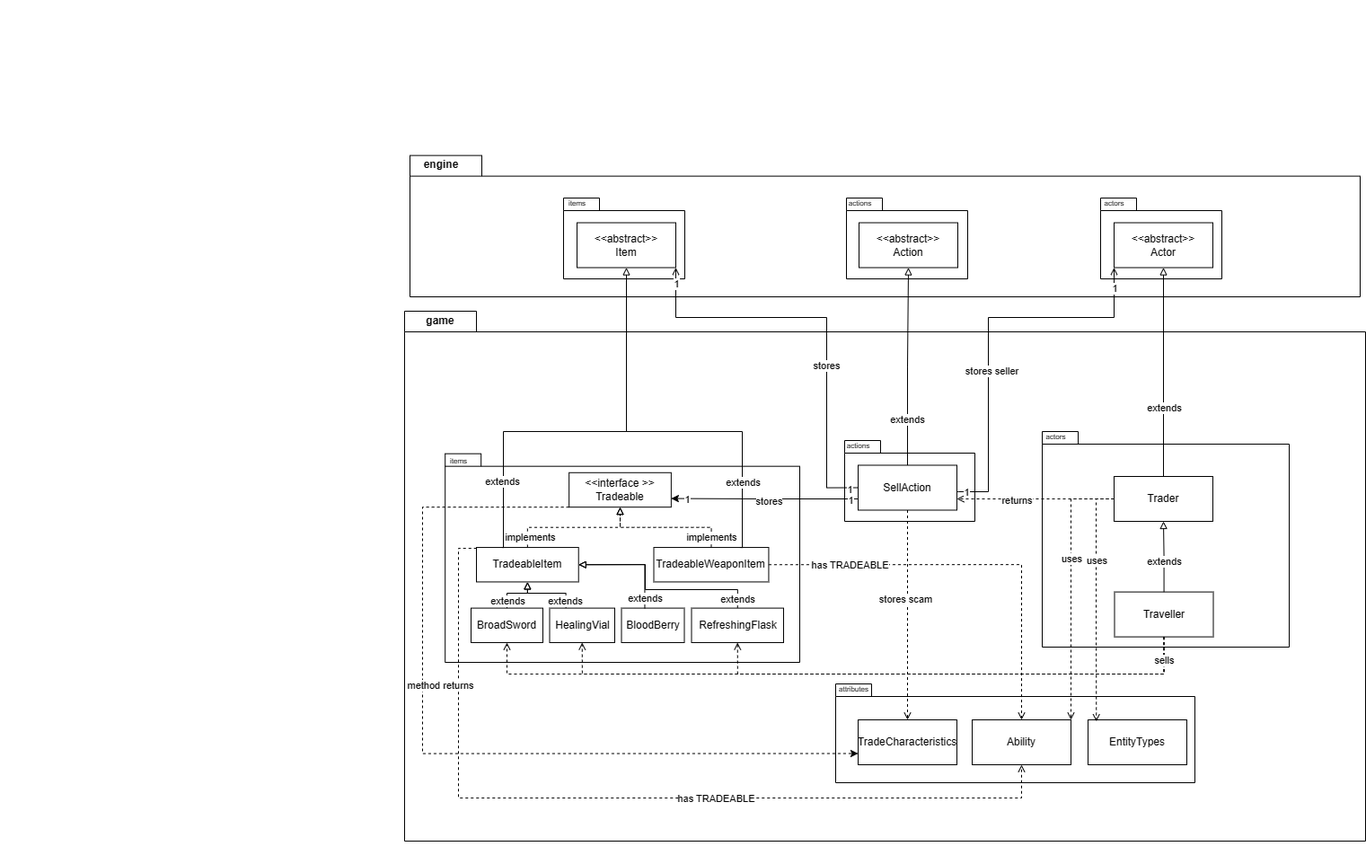
Before: docs/design/A2-UML/REQ3.drawio.png, a diagram exported from draw.io (dboo0012/Designborne). Source tidied: cells renumbered, new cells last; positions are measured from the earlier drawing's top-left corner, leaving out a move shared by most shapes.
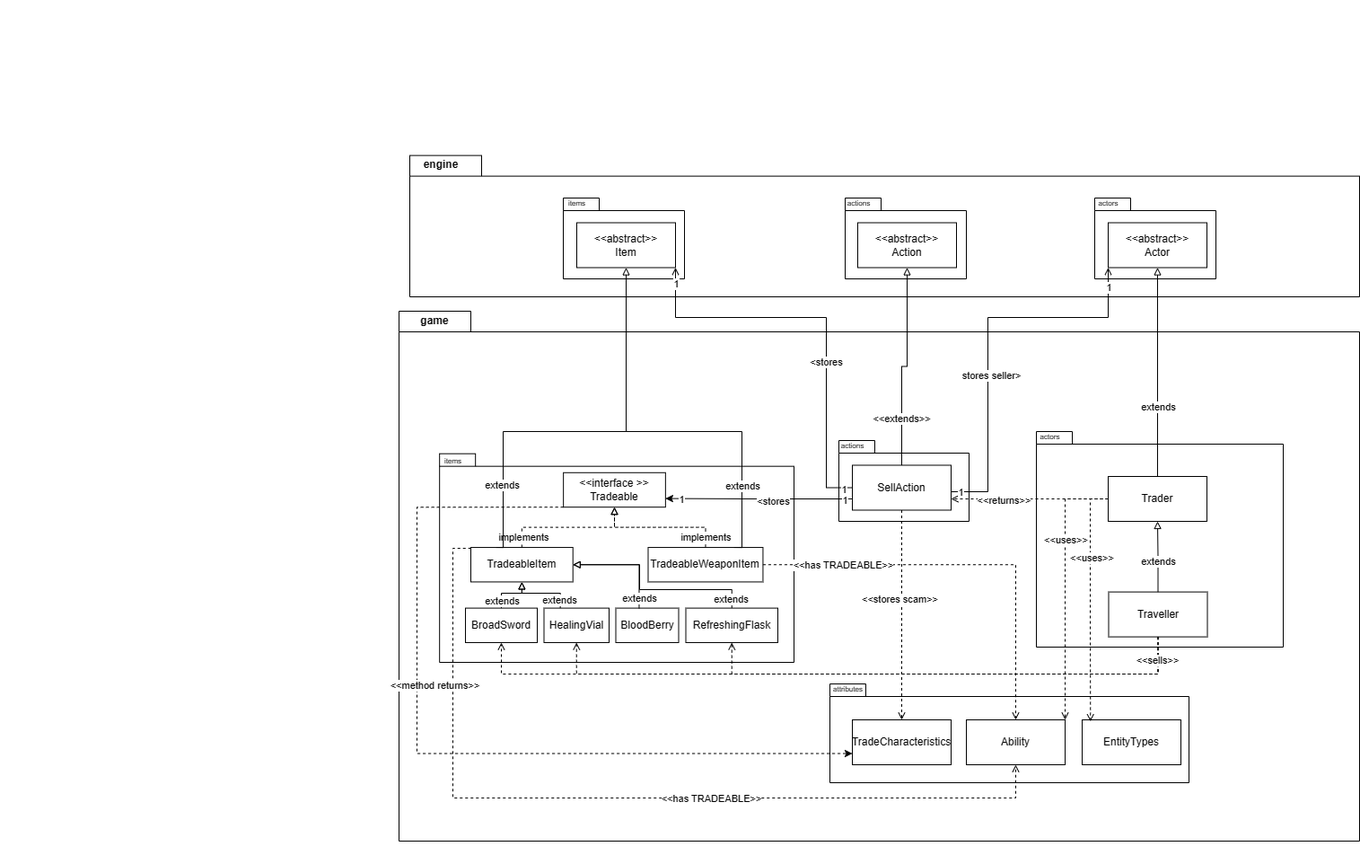
The same diagram one commit later.

Commit message:
Update REQ3 UML to include arrows

Diff of the diagram source:
```diff
@@ -12,7 +12,7 @@
       <mxGeometry x="5" width="60" height="26.2" as="geometry" />
     </mxCell>
     <mxCell id="5" style="group;" parent="1" vertex="1">
-      <mxGeometry x="350" y="346" width="1170" height="590" as="geometry" />
+      <mxGeometry x="344" y="346" width="1170" height="590" as="geometry" />
     </mxCell>
     <mxCell id="6" value="game" style="shape=folder;fontStyle=1;tabWidth=80;tabHeight=23;tabPosition=left;html=1;boundedLbl=1;labelInHeader=1;whiteSpace=wrap;" parent="5" vertex="1">
       <mxGeometry x="100" width="1070" height="590" as="geometry" />
@@ -65,21 +65,13 @@
     <mxCell id="22" value="&lt;font style=&quot;font-size: 8px;&quot;&gt;items&lt;/font&gt;" style="text;html=1;align=center;verticalAlign=middle;strokeColor=none;fillColor=none;" parent="19" vertex="1">
       <mxGeometry width="40" height="30" as="geometry" />
     </mxCell>
-    <mxCell id="23" style="edgeStyle=orthogonalEdgeStyle;rounded=0;jettySize=auto;html=1;exitX=0.5;exitY=0;exitDx=0;exitDy=0;entryX=0.5;entryY=1;entryDx=0;entryDy=0;dashed=1;endArrow=block;endFill=0;" parent="19" edge="1" source="25" target="21">
-      <mxGeometry relative="1" as="geometry" />
-    </mxCell>
-    <mxCell id="24" value="implements" style="edgeLabel;html=1;align=center;verticalAlign=middle;" parent="23" vertex="1">
-      <mxGeometry x="-0.75" relative="1" as="geometry">
-        <mxPoint x="2" y="7" as="offset" />
-      </mxGeometry>
-    </mxCell>
     <mxCell id="25" value="TradeableItem" style="html=1;whiteSpace=wrap;" parent="19" vertex="1">
       <mxGeometry x="40" y="112.1" width="113.7" height="38.4" as="geometry" />
     </mxCell>
     <mxCell id="26" style="edgeStyle=orthogonalEdgeStyle;rounded=0;jettySize=auto;html=1;exitX=0.5;exitY=0;exitDx=0;exitDy=0;entryX=0.5;entryY=1;entryDx=0;entryDy=0;dashed=1;endArrow=block;endFill=0;" parent="19" edge="1" source="28" target="21">
       <mxGeometry relative="1" as="geometry" />
     </mxCell>
-    <mxCell id="27" value="implements" style="edgeLabel;html=1;align=center;verticalAlign=middle;" parent="26" vertex="1">
+    <mxCell id="27" value="implements&lt;br&gt;" style="edgeLabel;html=1;align=center;verticalAlign=middle;" parent="26" vertex="1">
       <mxGeometry x="-0.75" y="-1" relative="1" as="geometry">
         <mxPoint x="-1" y="7" as="offset" />
       </mxGeometry>
@@ -141,6 +133,14 @@
     <mxCell id="40" value="extends" style="edgeLabel;html=1;align=center;verticalAlign=middle;" parent="39" vertex="1">
       <mxGeometry x="-0.81" relative="1" as="geometry" />
     </mxCell>
+    <mxCell id="23" style="edgeStyle=orthogonalEdgeStyle;rounded=0;jettySize=auto;html=1;exitX=0.5;exitY=0;exitDx=0;exitDy=0;entryX=0.5;entryY=1;entryDx=0;entryDy=0;dashed=1;endArrow=block;endFill=0;" parent="19" edge="1" source="25" target="21">
+      <mxGeometry relative="1" as="geometry" />
+    </mxCell>
+    <mxCell id="24" value="implements" style="edgeLabel;html=1;align=center;verticalAlign=middle;" parent="23" vertex="1">
+      <mxGeometry x="-0.75" relative="1" as="geometry">
+        <mxPoint x="2" y="7" as="offset" />
+      </mxGeometry>
+    </mxCell>
     <mxCell id="41" style="edgeStyle=orthogonalEdgeStyle;rounded=0;jettySize=auto;html=1;entryX=1;entryY=0.75;entryDx=0;entryDy=0;exitX=0;exitY=0.75;exitDx=0;exitDy=0;" parent="5" edge="1" source="17" target="21">
       <mxGeometry relative="1" as="geometry" />
     </mxCell>
@@ -150,8 +150,10 @@
     <mxCell id="43" value="1" style="edgeLabel;html=1;align=center;verticalAlign=middle;" parent="41" vertex="1">
       <mxGeometry x="0.83" y="1" relative="1" as="geometry" />
     </mxCell>
-    <mxCell id="44" value="stores" style="edgeLabel;html=1;align=center;verticalAlign=middle;" parent="41" vertex="1">
-      <mxGeometry x="-0.04" y="2" relative="1" as="geometry" />
+    <mxCell id="44" value="&amp;lt;stores" style="edgeLabel;html=1;align=center;verticalAlign=middle;" parent="41" vertex="1">
+      <mxGeometry x="-0.04" y="2" relative="1" as="geometry">
+        <mxPoint x="11" as="offset" />
+      </mxGeometry>
     </mxCell>
     <mxCell id="45" style="group;" parent="5" vertex="1">
       <mxGeometry x="570" y="405" width="410" height="210" as="geometry" />
@@ -177,13 +179,13 @@
     <mxCell id="52" style="edgeStyle=orthogonalEdgeStyle;rounded=0;jettySize=auto;html=1;endArrow=open;endFill=0;dashed=1;" parent="5" edge="1" source="17" target="49">
       <mxGeometry relative="1" as="geometry" />
     </mxCell>
-    <mxCell id="53" value="stores scam" style="edgeLabel;html=1;align=center;verticalAlign=middle;" parent="52" vertex="1">
+    <mxCell id="53" value="&amp;lt;&amp;lt;stores scam&amp;gt;&amp;gt;" style="edgeLabel;html=1;align=center;verticalAlign=middle;" parent="52" vertex="1">
       <mxGeometry x="-0.15" y="-3" relative="1" as="geometry" />
     </mxCell>
     <mxCell id="54" style="edgeStyle=orthogonalEdgeStyle;rounded=0;jettySize=auto;html=1;exitX=1;exitY=0.5;exitDx=0;exitDy=0;entryX=0.5;entryY=0;entryDx=0;entryDy=0;dashed=1;endArrow=open;endFill=0;" parent="5" edge="1" source="28" target="48">
       <mxGeometry relative="1" as="geometry" />
     </mxCell>
-    <mxCell id="55" value="has TRADEABLE" style="edgeLabel;html=1;align=center;verticalAlign=middle;" parent="54" vertex="1">
+    <mxCell id="55" value="&amp;lt;&amp;lt;has TRADEABLE&amp;gt;&amp;gt;" style="edgeLabel;html=1;align=center;verticalAlign=middle;" parent="54" vertex="1">
       <mxGeometry x="-0.2" y="-2" relative="1" as="geometry">
         <mxPoint x="-92" y="-2" as="offset" />
       </mxGeometry>
@@ -197,30 +199,32 @@
         </Array>
       </mxGeometry>
     </mxCell>
-    <mxCell id="57" value="has TRADEABLE" style="edgeLabel;html=1;align=center;verticalAlign=middle;" parent="56" vertex="1">
+    <mxCell id="57" value="&amp;lt;&amp;lt;has TRADEABLE&amp;gt;&amp;gt;" style="edgeLabel;html=1;align=center;verticalAlign=middle;" parent="56" vertex="1">
       <mxGeometry x="0.23" relative="1" as="geometry" />
     </mxCell>
     <mxCell id="58" style="edgeStyle=orthogonalEdgeStyle;rounded=0;jettySize=auto;html=1;exitX=0;exitY=0.5;exitDx=0;exitDy=0;entryX=0.084;entryY=0.037;entryDx=0;entryDy=0;entryPerimeter=0;dashed=1;endArrow=open;endFill=0;" parent="5" edge="1" source="10" target="50">
       <mxGeometry relative="1" as="geometry" />
     </mxCell>
-    <mxCell id="59" value="uses" style="edgeLabel;html=1;align=center;verticalAlign=middle;" parent="58" vertex="1">
+    <mxCell id="59" value="&amp;lt;&amp;lt;uses&amp;gt;&amp;gt;" style="edgeLabel;html=1;align=center;verticalAlign=middle;" parent="58" vertex="1">
       <mxGeometry x="-0.38" relative="1" as="geometry">
-        <mxPoint y="5" as="offset" />
+        <mxPoint x="1" y="3" as="offset" />
       </mxGeometry>
     </mxCell>
     <mxCell id="60" style="edgeStyle=orthogonalEdgeStyle;rounded=0;jettySize=auto;html=1;entryX=1;entryY=0;entryDx=0;entryDy=0;dashed=1;endArrow=open;endFill=0;" parent="5" edge="1" source="10" target="48">
       <mxGeometry relative="1" as="geometry" />
     </mxCell>
-    <mxCell id="61" value="uses" style="edgeLabel;html=1;align=center;verticalAlign=middle;" parent="60" vertex="1">
+    <mxCell id="61" value="&amp;lt;&amp;lt;uses&amp;gt;&amp;gt;" style="edgeLabel;html=1;align=center;verticalAlign=middle;" parent="60" vertex="1">
       <mxGeometry x="-0.21" y="-1" relative="1" as="geometry">
-        <mxPoint x="1" y="-1" as="offset" />
+        <mxPoint x="1" y="-23" as="offset" />
       </mxGeometry>
     </mxCell>
     <mxCell id="62" style="edgeStyle=orthogonalEdgeStyle;rounded=0;jettySize=auto;html=1;entryX=1;entryY=0.75;entryDx=0;entryDy=0;dashed=1;endArrow=open;endFill=0;" parent="5" edge="1" source="10" target="17">
       <mxGeometry relative="1" as="geometry" />
     </mxCell>
-    <mxCell id="63" value="returns" style="edgeLabel;html=1;align=center;verticalAlign=middle;" parent="62" vertex="1">
-      <mxGeometry x="0.24" y="1" relative="1" as="geometry" />
+    <mxCell id="63" value="&amp;lt;&amp;lt;returns&amp;gt;&amp;gt;" style="edgeLabel;html=1;align=center;verticalAlign=middle;" parent="62" vertex="1">
+      <mxGeometry x="0.24" y="1" relative="1" as="geometry">
+        <mxPoint x="-8" as="offset" />
+      </mxGeometry>
     </mxCell>
     <mxCell id="64" style="edgeStyle=orthogonalEdgeStyle;rounded=0;jettySize=auto;html=1;exitX=0.5;exitY=1;exitDx=0;exitDy=0;entryX=0.5;entryY=1;entryDx=0;entryDy=0;dashed=1;endArrow=open;endFill=0;" parent="5" edge="1" source="12" target="38">
       <mxGeometry relative="1" as="geometry">
@@ -246,7 +250,7 @@
         </Array>
       </mxGeometry>
     </mxCell>
-    <mxCell id="67" value="sells" style="edgeLabel;html=1;align=center;verticalAlign=middle;" parent="66" vertex="1">
+    <mxCell id="67" value="&amp;lt;&amp;lt;sells&amp;gt;&amp;gt;" style="edgeLabel;html=1;align=center;verticalAlign=middle;" parent="66" vertex="1">
       <mxGeometry x="-0.86" y="1" relative="1" as="geometry">
         <mxPoint x="14" y="-17" as="offset" />
       </mxGeometry>
@@ -259,7 +263,7 @@
         </Array>
       </mxGeometry>
     </mxCell>
-    <mxCell id="69" value="method returns" style="edgeLabel;html=1;align=center;verticalAlign=middle;" parent="68" vertex="1">
+    <mxCell id="69" value="&amp;lt;&amp;lt;method returns&amp;gt;&amp;gt;" style="edgeLabel;html=1;align=center;verticalAlign=middle;" parent="68" vertex="1">
       <mxGeometry x="-0.22" relative="1" as="geometry">
         <mxPoint x="19" as="offset" />
       </mxGeometry>
@@ -269,11 +273,6 @@
         <mxPoint y="30" as="offset" />
       </mxGeometry>
     </mxCell>
-    <mxCell id="71" style="html=1;strokeColor=none;fillColor=none;whiteSpace=wrap;" parent="1" vertex="1">
-      <mxGeometry width="780" height="155.8" as="geometry">
-        <mxPoint y="30" as="offset" />
-      </mxGeometry>
-    </mxCell>
     <mxCell id="72" style="edgeStyle=orthogonalEdgeStyle;rounded=0;jettySize=auto;html=1;exitX=0.25;exitY=0;exitDx=0;exitDy=0;entryX=0.5;entryY=1;entryDx=0;entryDy=0;endArrow=block;endFill=0;" parent="1" edge="1" source="25" target="80">
       <mxGeometry relative="1" as="geometry">
         <Array as="points">
@@ -287,8 +286,13 @@
         <mxPoint y="39" as="offset" />
       </mxGeometry>
     </mxCell>
+    <mxCell id="71" style="html=1;strokeColor=none;fillColor=none;whiteSpace=wrap;" parent="1" vertex="1">
+      <mxGeometry width="780" height="155.8" as="geometry">
+        <mxPoint y="30" as="offset" />
+      </mxGeometry>
+    </mxCell>
     <mxCell id="74" style="group;" parent="1" vertex="1">
-      <mxGeometry x="932" y="210" width="145" height="100" as="geometry" />
+      <mxGeometry x="931" y="210" width="145" height="100" as="geometry" />
     </mxCell>
     <mxCell id="75" style="shape=folder;fontStyle=1;spacingTop=10;tabWidth=40;tabHeight=14;tabPosition=left;html=1;whiteSpace=wrap;" parent="74" vertex="1">
       <mxGeometry x="10" y="10" width="135" height="90" as="geometry" />
@@ -327,11 +331,11 @@
     <mxCell id="84" style="edgeStyle=orthogonalEdgeStyle;rounded=0;jettySize=auto;html=1;exitX=0.5;exitY=0;exitDx=0;exitDy=0;entryX=0.5;entryY=1;entryDx=0;entryDy=0;endArrow=block;endFill=0;" parent="1" edge="1" source="17" target="76">
       <mxGeometry relative="1" as="geometry" />
     </mxCell>
-    <mxCell id="85" value="extends" style="edgeLabel;html=1;align=center;verticalAlign=middle;" parent="84" vertex="1">
+    <mxCell id="85" value="&amp;lt;&amp;lt;extends&amp;gt;&amp;gt;" style="edgeLabel;html=1;align=center;verticalAlign=middle;" parent="84" vertex="1">
       <mxGeometry x="-0.53" y="1" relative="1" as="geometry" />
     </mxCell>
     <mxCell id="86" style="group;" parent="1" vertex="1">
-      <mxGeometry x="1215" y="210" width="145" height="100" as="geometry" />
+      <mxGeometry x="1209" y="210" width="145" height="100" as="geometry" />
     </mxCell>
     <mxCell id="87" style="shape=folder;fontStyle=1;spacingTop=10;tabWidth=40;tabHeight=14;tabPosition=left;html=1;whiteSpace=wrap;" parent="86" vertex="1">
       <mxGeometry x="10" y="10" width="135" height="90" as="geometry" />
@@ -357,7 +361,7 @@
         </Array>
       </mxGeometry>
     </mxCell>
-    <mxCell id="93" value="stores" style="edgeLabel;html=1;align=center;verticalAlign=middle;" parent="92" vertex="1">
+    <mxCell id="93" value="&amp;lt;stores" style="edgeLabel;html=1;align=center;verticalAlign=middle;" parent="92" vertex="1">
       <mxGeometry x="-0.23" y="1" relative="1" as="geometry" />
     </mxCell>
     <mxCell id="94" value="1" style="edgeLabel;html=1;align=center;verticalAlign=middle;" parent="92" vertex="1">
@@ -376,7 +380,7 @@
         </Array>
       </mxGeometry>
     </mxCell>
-    <mxCell id="97" value="stores seller" style="edgeLabel;html=1;align=center;verticalAlign=middle;" parent="96" vertex="1">
+    <mxCell id="97" value="stores seller&amp;gt;" style="edgeLabel;html=1;align=center;verticalAlign=middle;" parent="96" vertex="1">
       <mxGeometry x="-0.19" y="-3" relative="1" as="geometry" />
     </mxCell>
     <mxCell id="98" value="1" style="edgeLabel;html=1;align=center;verticalAlign=middle;" parent="96" vertex="1">
```
